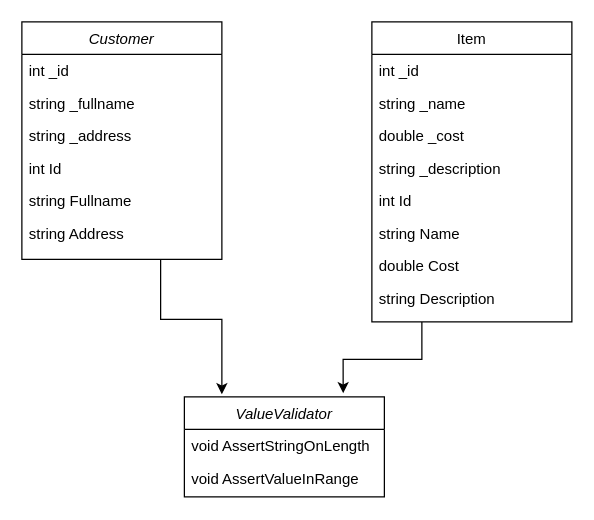
Above: scr/ObjectOrientedPractics/OOP1.drawio in TimGook/Programming (draw.io), before the change. Source tidied: cells renumbered, new cells numbered last; positions are measured from the earlier drawing's top-left corner, leaving out a move shared by most shapes. Both pictures are drawn from the tidied source at 125%, with x=0, y=0 at pixel (21, 21).
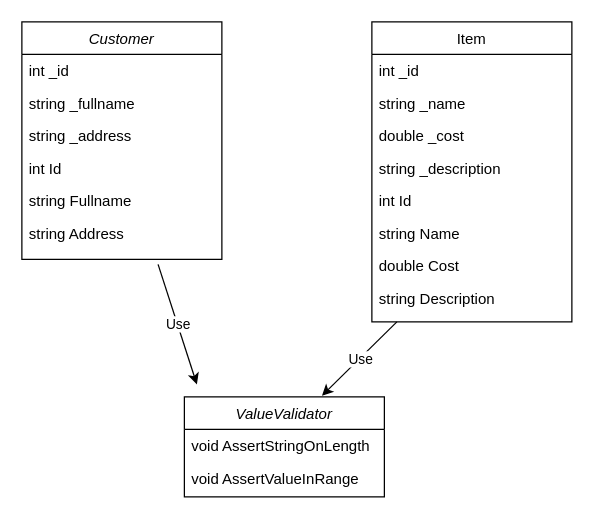
Above is the later version.

The change refers to these unchanged cells:
```xml
<mxCell id="8" value="string Address" style="text;align=left;verticalAlign=top;spacingLeft=4;spacingRight=4;overflow=hidden;points=[[0,0.5],[1,0.5]];portConstraint=eastwest;rounded=0;shadow=0;html=0;" parent="2" vertex="1">
  <mxGeometry y="156" width="160" height="34" as="geometry" />
</mxCell>
<mxCell id="9" value="Item" style="swimlane;fontStyle=0;align=center;verticalAlign=top;horizontal=1;startSize=26;rounded=0;shadow=0;strokeWidth=1;" parent="1" vertex="1">
  <mxGeometry x="280" width="160" height="240" as="geometry" />
</mxCell>
<mxCell id="18" value="ValueValidator" style="swimlane;fontStyle=2;align=center;verticalAlign=top;horizontal=1;startSize=26;rounded=0;shadow=0;strokeWidth=1;" parent="1" vertex="1">
  <mxGeometry x="130" y="300" width="160" height="80" as="geometry" />
</mxCell>
```

The edit, as a diff of the source:
```diff
@@
-    <mxCell id="21" style="edgeStyle=orthogonalEdgeStyle;rounded=0;jettySize=auto;html=1;exitX=0.25;exitY=1;exitDx=0;exitDy=0;entryX=0.794;entryY=-0.037;entryDx=0;entryDy=0;entryPerimeter=0;" parent="1" edge="1" source="9" target="18">
-      <mxGeometry relative="1" as="geometry" />
-    </mxCell>
-    <mxCell id="22" style="edgeStyle=orthogonalEdgeStyle;rounded=0;orthogonalLoop=1;jettySize=auto;html=1;entryX=0.794;entryY=-0.037;entryDx=0;entryDy=0;entryPerimeter=0;exitX=0.694;exitY=1.059;exitDx=0;exitDy=0;exitPerimeter=0;" parent="1" edge="1">
-      <mxGeometry relative="1" as="geometry">
-        <mxPoint x="111" y="190" as="sourcePoint" />
-        <mxPoint x="160" y="298" as="targetPoint" />
-        <Array as="points">
-          <mxPoint x="111" y="238" />
-          <mxPoint x="160" y="238" />
-        </Array>
-      </mxGeometry>
-    </mxCell>
+    <mxCell id="23" style="endArrow=classic;html=1;rounded=0;exitX=0.681;exitY=1.118;exitDx=0;exitDy=0;exitPerimeter=0;" parent="1" edge="1" source="8">
+      <mxGeometry relative="1" as="geometry">
+        <mxPoint x="140" y="290" as="targetPoint" />
+      </mxGeometry>
+    </mxCell>
+    <mxCell id="24" value="Use" style="edgeLabel;html=1;align=center;verticalAlign=middle;" parent="23" vertex="1">
+      <mxGeometry relative="1" as="geometry" />
+    </mxCell>
+    <mxCell id="25" style="endArrow=classic;html=1;rounded=0;entryX=0.688;entryY=-0.012;entryDx=0;entryDy=0;entryPerimeter=0;" parent="1" edge="1" target="18">
+      <mxGeometry relative="1" as="geometry">
+        <mxPoint x="300" y="240" as="sourcePoint" />
+      </mxGeometry>
+    </mxCell>
+    <mxCell id="26" value="Use" style="edgeLabel;html=1;align=center;verticalAlign=middle;" parent="25" vertex="1">
+      <mxGeometry relative="1" as="geometry" />
+    </mxCell>
```
